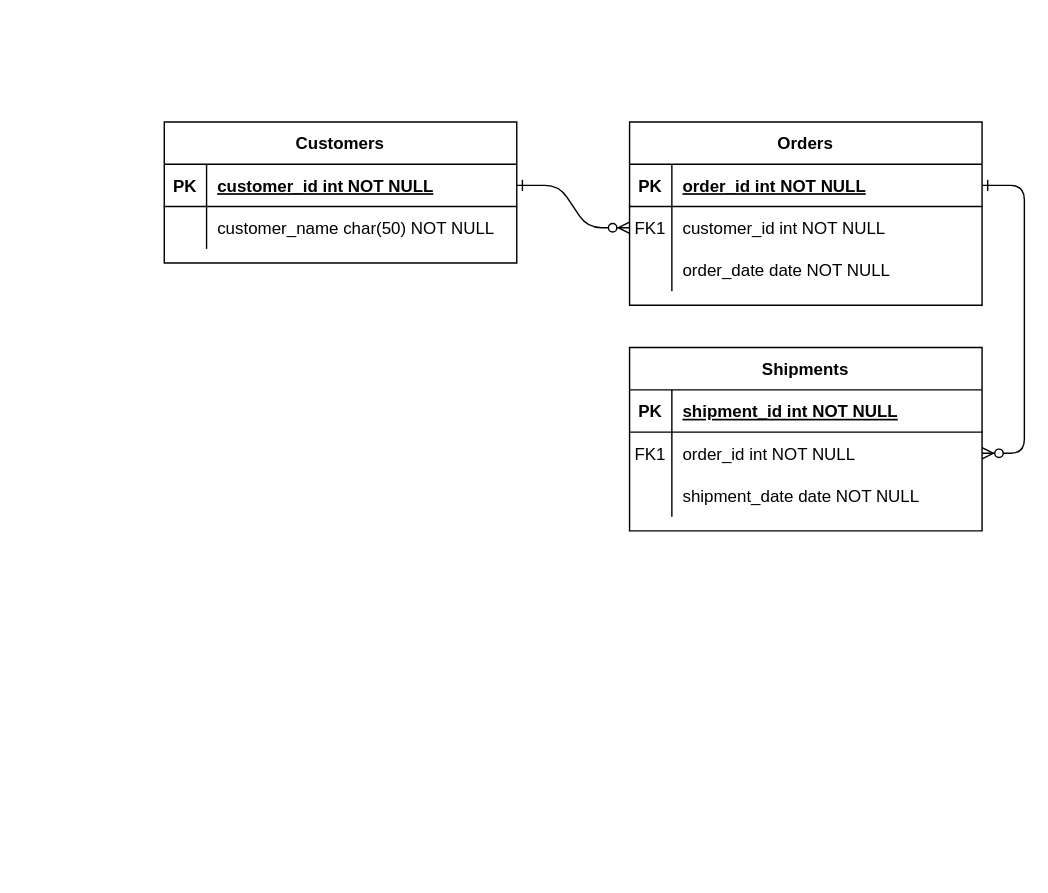
This is 名称未設定ファイル.drawio from MASAKi-cell/next-python-web-platfor, a draw.io file, before an edit. Source tidied: cells renumbered, new cells numbered last; positions are measured from the earlier drawing's top-left corner, leaving out a move shared by most shapes. Both pictures are drawn from the tidied source at 141%, with x=0, y=0 at pixel (164, 121).
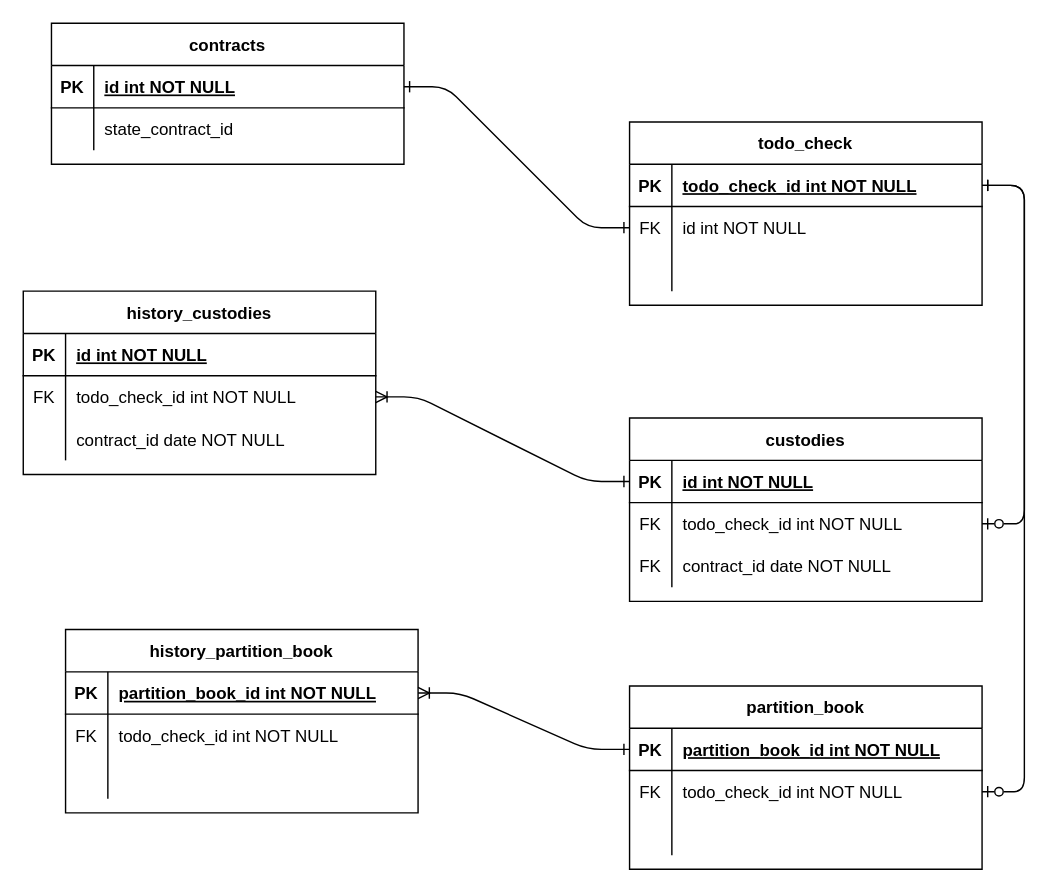
The same page after the edit.

Commit message:
名称未設定ファイル.drawio を更新します

Unchanged cells that the change refers to:
```xml
<mxCell id="5" style="shape=partialRectangle;fillColor=none;points=[[0,0.5],[1,0.5]];portConstraint=eastwest;top=0;left=0;right=0;bottom=1;" parent="4" vertex="1">
  <mxGeometry y="30" width="250" height="30" as="geometry" />
</mxCell>
<mxCell id="8" style="shape=partialRectangle;fillColor=none;points=[[0,0.5],[1,0.5]];portConstraint=eastwest;top=0;left=0;right=0;bottom=0;" parent="4" vertex="1">
  <mxGeometry y="60" width="250" height="30" as="geometry" />
</mxCell>
<mxCell id="11" style="shape=partialRectangle;fillColor=none;top=0;left=0;right=0;bottom=0;" parent="4" vertex="1">
  <mxGeometry y="90" width="250" height="30" as="geometry" />
</mxCell>
<mxCell id="15" style="shape=partialRectangle;fillColor=none;points=[[0,0.5],[1,0.5]];portConstraint=eastwest;top=0;left=0;right=0;bottom=1;" parent="14" vertex="1">
  <mxGeometry y="30" width="250" height="30" as="geometry" />
</mxCell>
<mxCell id="18" style="shape=partialRectangle;fillColor=none;points=[[0,0.5],[1,0.5]];portConstraint=eastwest;top=0;left=0;right=0;bottom=0;" parent="14" vertex="1">
  <mxGeometry y="60" width="250" height="30" as="geometry" />
</mxCell>
<mxCell id="21" style="shape=partialRectangle;fillColor=none;top=0;left=0;right=0;bottom=0;" parent="14" vertex="1">
  <mxGeometry y="90" width="250" height="30" as="geometry" />
</mxCell>
<mxCell id="25" style="shape=partialRectangle;fillColor=none;points=[[0,0.5],[1,0.5]];portConstraint=eastwest;top=0;left=0;right=0;bottom=1;" parent="24" vertex="1">
  <mxGeometry y="30" width="250" height="30" as="geometry" />
</mxCell>
<mxCell id="28" style="shape=partialRectangle;fillColor=none;top=0;left=0;right=0;bottom=0;" parent="24" vertex="1">
  <mxGeometry y="60" width="250" height="30" as="geometry" />
</mxCell>
```

What changed in the source:
```diff
@@
-    <mxCell id="2" style="edgeStyle=entityRelationEdgeStyle;endArrow=ERzeroToMany;startArrow=ERone;endFill=1;startFill=0;" parent="1" edge="1" source="25" target="8">
+    <mxCell id="2" style="edgeStyle=entityRelationEdgeStyle;endArrow=ERone;startArrow=ERone;endFill=0;startFill=0;" parent="1" edge="1" source="25" target="8">
       <mxGeometry relative="1" as="geometry" />
     </mxCell>
-    <mxCell id="3" style="edgeStyle=entityRelationEdgeStyle;endArrow=ERzeroToMany;startArrow=ERone;endFill=1;startFill=0;" parent="1" edge="1" source="5" target="18">
+    <mxCell id="3" style="edgeStyle=entityRelationEdgeStyle;endArrow=ERzeroToOne;startArrow=ERone;endFill=0;startFill=0;" parent="1" edge="1" source="5" target="18">
       <mxGeometry relative="1" as="geometry" />
     </mxCell>
-    <mxCell id="4" value="Orders" style="shape=table;startSize=30;childLayout=tableLayout;rowLines=0;fontStyle=1;align=center;" parent="1" vertex="1">
+    <mxCell id="4" value="todo_check" style="shape=table;startSize=30;childLayout=tableLayout;rowLines=0;fontStyle=1;align=center;" parent="1" vertex="1">
       <mxGeometry x="330" width="250" height="130" as="geometry" />
     </mxCell>
@@
-    <mxCell id="7" value="order_id int NOT NULL " style="shape=partialRectangle;overflow=hidden;fillColor=none;top=0;left=0;bottom=0;right=0;align=left;spacingLeft=6;fontStyle=5;" parent="5" vertex="1">
+    <mxCell id="7" value="todo_check_id int NOT NULL " style="shape=partialRectangle;overflow=hidden;fillColor=none;top=0;left=0;bottom=0;right=0;align=left;spacingLeft=6;fontStyle=5;" parent="5" vertex="1">
       <mxGeometry x="30" width="220" height="30" as="geometry" />
     </mxCell>
@@
-    <mxCell id="9" value="FK1" style="shape=partialRectangle;overflow=hidden;fillColor=none;top=0;left=0;bottom=0;right=0;" parent="8" vertex="1">
+    <mxCell id="9" value="FK" style="shape=partialRectangle;overflow=hidden;fillColor=none;top=0;left=0;bottom=0;right=0;" parent="8" vertex="1">
       <mxGeometry width="30" height="30" as="geometry" />
     </mxCell>
-    <mxCell id="10" value="customer_id int NOT NULL" style="shape=partialRectangle;overflow=hidden;fillColor=none;top=0;left=0;bottom=0;right=0;align=left;spacingLeft=6;" parent="8" vertex="1">
+    <mxCell id="10" value="id int NOT NULL" style="shape=partialRectangle;overflow=hidden;fillColor=none;top=0;left=0;bottom=0;right=0;align=left;spacingLeft=6;" parent="8" vertex="1">
       <mxGeometry x="30" width="220" height="30" as="geometry" />
     </mxCell>
@@
-    <mxCell id="13" value="order_date date NOT NULL" style="shape=partialRectangle;overflow=hidden;fillColor=none;top=0;left=0;bottom=0;right=0;align=left;spacingLeft=6;" parent="11" vertex="1">
+    <mxCell id="13" style="shape=partialRectangle;overflow=hidden;fillColor=none;top=0;left=0;bottom=0;right=0;align=left;spacingLeft=6;" parent="11" vertex="1">
       <mxGeometry x="30" width="220" height="30" as="geometry" />
     </mxCell>
-    <mxCell id="14" value="Shipments" style="shape=table;startSize=30;childLayout=tableLayout;rowLines=0;fontStyle=1;align=center;" parent="1" vertex="1">
-      <mxGeometry x="330" y="160" width="250" height="130" as="geometry" />
+    <mxCell id="14" value="custodies" style="shape=table;startSize=30;childLayout=tableLayout;rowLines=0;fontStyle=1;align=center;" parent="1" vertex="1">
+      <mxGeometry x="330" y="210" width="250" height="130" as="geometry" />
     </mxCell>
@@
-    <mxCell id="17" value="shipment_id int NOT NULL " style="shape=partialRectangle;overflow=hidden;fillColor=none;top=0;left=0;bottom=0;right=0;align=left;spacingLeft=6;fontStyle=5;" parent="15" vertex="1">
+    <mxCell id="17" value="id int NOT NULL " style="shape=partialRectangle;overflow=hidden;fillColor=none;top=0;left=0;bottom=0;right=0;align=left;spacingLeft=6;fontStyle=5;" parent="15" vertex="1">
       <mxGeometry x="30" width="220" height="30" as="geometry" />
     </mxCell>
@@
-    <mxCell id="19" value="FK1" style="shape=partialRectangle;overflow=hidden;fillColor=none;top=0;left=0;bottom=0;right=0;" parent="18" vertex="1">
+    <mxCell id="19" value="FK" style="shape=partialRectangle;overflow=hidden;fillColor=none;top=0;left=0;bottom=0;right=0;" parent="18" vertex="1">
       <mxGeometry width="30" height="30" as="geometry" />
     </mxCell>
-    <mxCell id="20" value="order_id int NOT NULL" style="shape=partialRectangle;overflow=hidden;fillColor=none;top=0;left=0;bottom=0;right=0;align=left;spacingLeft=6;" parent="18" vertex="1">
+    <mxCell id="20" value="todo_check_id int NOT NULL" style="shape=partialRectangle;overflow=hidden;fillColor=none;top=0;left=0;bottom=0;right=0;align=left;spacingLeft=6;" parent="18" vertex="1">
       <mxGeometry x="30" width="220" height="30" as="geometry" />
     </mxCell>
@@
-    <mxCell id="23" value="shipment_date date NOT NULL" style="shape=partialRectangle;overflow=hidden;fillColor=none;top=0;left=0;bottom=0;right=0;align=left;spacingLeft=6;" parent="21" vertex="1">
+    <mxCell id="23" value="contract_id date NOT NULL" style="shape=partialRectangle;overflow=hidden;fillColor=none;top=0;left=0;bottom=0;right=0;align=left;spacingLeft=6;" parent="21" vertex="1">
       <mxGeometry x="30" width="220" height="30" as="geometry" />
     </mxCell>
-    <mxCell id="24" value="Customers" style="shape=table;startSize=30;childLayout=tableLayout;rowLines=0;fontStyle=1;align=center;" parent="1" vertex="1">
-      <mxGeometry width="250" height="100" as="geometry" />
+    <mxCell id="24" value="contracts" style="shape=table;startSize=30;childLayout=tableLayout;rowLines=0;fontStyle=1;align=center;" parent="1" vertex="1">
+      <mxGeometry x="-80" y="-70" width="250" height="100" as="geometry" />
     </mxCell>
@@
-    <mxCell id="27" value="customer_id int NOT NULL " style="shape=partialRectangle;overflow=hidden;fillColor=none;top=0;left=0;bottom=0;right=0;align=left;spacingLeft=6;fontStyle=5;" parent="25" vertex="1">
+    <mxCell id="27" value="id int NOT NULL " style="shape=partialRectangle;overflow=hidden;fillColor=none;top=0;left=0;bottom=0;right=0;align=left;spacingLeft=6;fontStyle=5;" parent="25" vertex="1">
       <mxGeometry x="30" width="220" height="30" as="geometry" />
     </mxCell>
@@
-    <mxCell id="30" value="customer_name char(50) NOT NULL" style="shape=partialRectangle;overflow=hidden;fillColor=none;top=0;left=0;bottom=0;right=0;align=left;spacingLeft=6;" parent="28" vertex="1">
+    <mxCell id="30" value="state_contract_id" style="shape=partialRectangle;overflow=hidden;fillColor=none;top=0;left=0;bottom=0;right=0;align=left;spacingLeft=6;" parent="28" vertex="1">
       <mxGeometry x="30" width="220" height="30" as="geometry" />
     </mxCell>
+    <mxCell id="31" value="partition_book" style="shape=table;startSize=30;childLayout=tableLayout;rowLines=0;fontStyle=1;align=center;" parent="1" vertex="1">
+      <mxGeometry x="330" y="400" width="250" height="130" as="geometry" />
+    </mxCell>
+    <mxCell id="32" style="shape=partialRectangle;fillColor=none;points=[[0,0.5],[1,0.5]];portConstraint=eastwest;top=0;left=0;right=0;bottom=1;" parent="31" vertex="1">
+      <mxGeometry y="30" width="250" height="30" as="geometry" />
+    </mxCell>
+    <mxCell id="33" value="PK" style="shape=partialRectangle;overflow=hidden;fillColor=none;top=0;left=0;bottom=0;right=0;fontStyle=1;" parent="32" vertex="1">
+      <mxGeometry width="30" height="30" as="geometry" />
+    </mxCell>
+    <mxCell id="34" value="partition_book_id int NOT NULL " style="shape=partialRectangle;overflow=hidden;fillColor=none;top=0;left=0;bottom=0;right=0;align=left;spacingLeft=6;fontStyle=5;" parent="32" vertex="1">
+      <mxGeometry x="30" width="220" height="30" as="geometry" />
+    </mxCell>
+    <mxCell id="35" style="shape=partialRectangle;fillColor=none;points=[[0,0.5],[1,0.5]];portConstraint=eastwest;top=0;left=0;right=0;bottom=0;" parent="31" vertex="1">
+      <mxGeometry y="60" width="250" height="30" as="geometry" />
+    </mxCell>
+    <mxCell id="36" value="FK" style="shape=partialRectangle;overflow=hidden;fillColor=none;top=0;left=0;bottom=0;right=0;" parent="35" vertex="1">
+      <mxGeometry width="30" height="30" as="geometry" />
+    </mxCell>
+    <mxCell id="37" value="todo_check_id int NOT NULL" style="shape=partialRectangle;overflow=hidden;fillColor=none;top=0;left=0;bottom=0;right=0;align=left;spacingLeft=6;" parent="35" vertex="1">
+      <mxGeometry x="30" width="220" height="30" as="geometry" />
+    </mxCell>
+    <mxCell id="38" style="shape=partialRectangle;fillColor=none;top=0;left=0;right=0;bottom=0;" parent="31" vertex="1">
+      <mxGeometry y="90" width="250" height="30" as="geometry" />
+    </mxCell>
+    <mxCell id="39" style="shape=partialRectangle;overflow=hidden;fillColor=none;top=0;left=0;bottom=0;right=0;" parent="38" vertex="1">
+      <mxGeometry width="30" height="30" as="geometry" />
+    </mxCell>
+    <mxCell id="40" style="shape=partialRectangle;overflow=hidden;fillColor=none;top=0;left=0;bottom=0;right=0;align=left;spacingLeft=6;" parent="38" vertex="1">
+      <mxGeometry x="30" width="220" height="30" as="geometry" />
+    </mxCell>
+    <mxCell id="41" style="edgeStyle=entityRelationEdgeStyle;endArrow=ERzeroToOne;startArrow=ERone;endFill=0;startFill=0;entryX=1;entryY=0.5;entryDx=0;entryDy=0;exitX=1;exitY=0.5;exitDx=0;exitDy=0;" parent="1" edge="1" source="5" target="35">
+      <mxGeometry relative="1" as="geometry" />
+    </mxCell>
+    <mxCell id="42" value="FK" style="shape=partialRectangle;overflow=hidden;fillColor=none;top=0;left=0;bottom=0;right=0;" parent="1" vertex="1">
+      <mxGeometry x="330" y="300" width="30" height="30" as="geometry" />
+    </mxCell>
+    <mxCell id="43" value="history_custodies" style="shape=table;startSize=30;childLayout=tableLayout;rowLines=0;fontStyle=1;align=center;" parent="1" vertex="1">
+      <mxGeometry x="-100" y="120" width="250" height="130" as="geometry" />
+    </mxCell>
+    <mxCell id="44" style="shape=partialRectangle;fillColor=none;top=0;left=0;right=0;bottom=1;" parent="43" vertex="1">
+      <mxGeometry y="30" width="250" height="30" as="geometry" />
+    </mxCell>
+    <mxCell id="45" value="PK" style="shape=partialRectangle;overflow=hidden;fillColor=none;top=0;left=0;bottom=0;right=0;fontStyle=1;" parent="44" vertex="1">
+      <mxGeometry width="30" height="30" as="geometry" />
+    </mxCell>
+    <mxCell id="46" value="id int NOT NULL " style="shape=partialRectangle;overflow=hidden;fillColor=none;top=0;left=0;bottom=0;right=0;align=left;spacingLeft=6;fontStyle=5;" parent="44" vertex="1">
+      <mxGeometry x="30" width="220" height="30" as="geometry" />
+    </mxCell>
+    <mxCell id="47" style="shape=partialRectangle;fillColor=none;points=[[0,0.5],[1,0.5]];portConstraint=eastwest;top=0;left=0;right=0;bottom=0;" parent="43" vertex="1">
+      <mxGeometry y="60" width="250" height="30" as="geometry" />
+    </mxCell>
+    <mxCell id="48" value="FK" style="shape=partialRectangle;overflow=hidden;fillColor=none;top=0;left=0;bottom=0;right=0;" parent="47" vertex="1">
+      <mxGeometry width="30" height="30" as="geometry" />
+    </mxCell>
+    <mxCell id="49" value="todo_check_id int NOT NULL" style="shape=partialRectangle;overflow=hidden;fillColor=none;top=0;left=0;bottom=0;right=0;align=left;spacingLeft=6;" parent="47" vertex="1">
+      <mxGeometry x="30" width="220" height="30" as="geometry" />
+    </mxCell>
+    <mxCell id="50" style="shape=partialRectangle;fillColor=none;top=0;left=0;right=0;bottom=0;" parent="43" vertex="1">
+      <mxGeometry y="90" width="250" height="30" as="geometry" />
+    </mxCell>
+    <mxCell id="51" style="shape=partialRectangle;overflow=hidden;fillColor=none;top=0;left=0;bottom=0;right=0;" parent="50" vertex="1">
+      <mxGeometry width="30" height="30" as="geometry" />
+    </mxCell>
+    <mxCell id="52" value="contract_id date NOT NULL" style="shape=partialRectangle;overflow=hidden;fillColor=none;top=0;left=0;bottom=0;right=0;align=left;spacingLeft=6;" parent="50" vertex="1">
+      <mxGeometry x="30" width="220" height="30" as="geometry" />
+    </mxCell>
+    <mxCell id="53" value="history_partition_book" style="shape=table;startSize=30;childLayout=tableLayout;rowLines=0;fontStyle=1;align=center;" parent="1" vertex="1">
+      <mxGeometry x="-70" y="360" width="250" height="130" as="geometry" />
+    </mxCell>
+    <mxCell id="54" style="shape=partialRectangle;fillColor=none;points=[[0,0.5],[1,0.5]];portConstraint=eastwest;top=0;left=0;right=0;bottom=1;" parent="53" vertex="1">
+      <mxGeometry y="30" width="250" height="30" as="geometry" />
+    </mxCell>
+    <mxCell id="55" value="PK" style="shape=partialRectangle;overflow=hidden;fillColor=none;top=0;left=0;bottom=0;right=0;fontStyle=1;" parent="54" vertex="1">
+      <mxGeometry width="30" height="30" as="geometry" />
+    </mxCell>
+    <mxCell id="56" value="partition_book_id int NOT NULL " style="shape=partialRectangle;overflow=hidden;fillColor=none;top=0;left=0;bottom=0;right=0;align=left;spacingLeft=6;fontStyle=5;" parent="54" vertex="1">
+      <mxGeometry x="30" width="220" height="30" as="geometry" />
+    </mxCell>
+    <mxCell id="57" style="shape=partialRectangle;fillColor=none;top=0;left=0;right=0;bottom=0;" parent="53" vertex="1">
+      <mxGeometry y="60" width="250" height="30" as="geometry" />
+    </mxCell>
+    <mxCell id="58" value="FK" style="shape=partialRectangle;overflow=hidden;fillColor=none;top=0;left=0;bottom=0;right=0;" parent="57" vertex="1">
+      <mxGeometry width="30" height="30" as="geometry" />
+    </mxCell>
+    <mxCell id="59" value="todo_check_id int NOT NULL" style="shape=partialRectangle;overflow=hidden;fillColor=none;top=0;left=0;bottom=0;right=0;align=left;spacingLeft=6;" parent="57" vertex="1">
+      <mxGeometry x="30" width="220" height="30" as="geometry" />
+    </mxCell>
+    <mxCell id="60" style="shape=partialRectangle;fillColor=none;top=0;left=0;right=0;bottom=0;" parent="53" vertex="1">
+      <mxGeometry y="90" width="250" height="30" as="geometry" />
+    </mxCell>
+    <mxCell id="61" style="shape=partialRectangle;overflow=hidden;fillColor=none;top=0;left=0;bottom=0;right=0;" parent="60" vertex="1">
+      <mxGeometry width="30" height="30" as="geometry" />
+    </mxCell>
+    <mxCell id="62" style="shape=partialRectangle;overflow=hidden;fillColor=none;top=0;left=0;bottom=0;right=0;align=left;spacingLeft=6;" parent="60" vertex="1">
+      <mxGeometry x="30" width="220" height="30" as="geometry" />
+    </mxCell>
+    <mxCell id="63" style="edgeStyle=entityRelationEdgeStyle;endArrow=ERoneToMany;startArrow=ERone;endFill=0;startFill=0;exitX=0;exitY=0.5;exitDx=0;exitDy=0;" parent="1" edge="1" source="15" target="47">
+      <mxGeometry relative="1" as="geometry">
+        <Array as="points">
+          <mxPoint x="320" y="260" />
+        </Array>
+      </mxGeometry>
+    </mxCell>
+    <mxCell id="64" style="edgeStyle=entityRelationEdgeStyle;endArrow=ERoneToMany;startArrow=ERone;endFill=0;startFill=0;exitX=0;exitY=0.5;exitDx=0;exitDy=0;entryX=1;entryY=0.5;entryDx=0;entryDy=0;" parent="1" edge="1" source="32" target="54">
+      <mxGeometry relative="1" as="geometry">
+        <Array as="points">
+          <mxPoint x="330" y="270" />
+        </Array>
+      </mxGeometry>
+    </mxCell>
```
